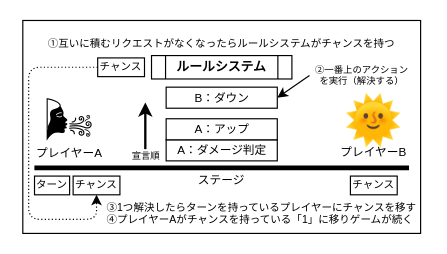
This is source/common/images/action-request3.drawio from BlackPoker/BlackPoker, a draw.io file, before an edit. Source tidied: cells renumbered, new cells numbered last; positions are measured from the earlier drawing's top-left corner, leaving out a move shared by most shapes. Both pictures are drawn from the tidied source at 117%, with x=0, y=0 at pixel (22, 20).
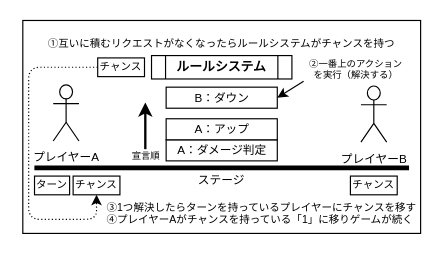
The same page after the edit.

The change refers to these unchanged cells:
```xml
<mxCell id="19" value="B：ダウン" style="rounded=0;whiteSpace=wrap;html=1;fillColor=#FFFFFF;strokeColor=#000000;fontSize=10;fontColor=#000000;" parent="1" vertex="1">
  <mxGeometry x="122.5" y="57" width="95" height="18" as="geometry" />
</mxCell>
```

Change to the diagram source:
```diff
@@
-    <mxCell id="4" value="プレイヤーA" style="rounded=0;whiteSpace=wrap;html=1;fillColor=#FFFFFF;strokeColor=none;fontSize=10;fontColor=#000000;" parent="1" vertex="1">
-      <mxGeometry x="10" y="105" width="60" height="16" as="geometry" />
-    </mxCell>
-    <mxCell id="5" value="プレイヤーB" style="rounded=0;whiteSpace=wrap;html=1;fillColor=none;strokeColor=none;fontSize=10;fontColor=#000000;" parent="1" vertex="1">
-      <mxGeometry x="270" y="104" width="60" height="16" as="geometry" />
-    </mxCell>
-    <mxCell id="6" value="&lt;font style=&quot;font-size: 40px;&quot;&gt;🌬&lt;/font&gt;" style="ellipse;whiteSpace=wrap;html=1;fillColor=none;strokeColor=none;fontFamily=Nishiki-teki;fontColor=#000000;" parent="1" vertex="1">
-      <mxGeometry x="25" y="70" width="30" height="30" as="geometry" />
-    </mxCell>
-    <mxCell id="7" value="&lt;font face=&quot;Nishiki-teki&quot; color=&quot;#000000&quot;&gt;&lt;span style=&quot;font-size: 40px;&quot;&gt;🌞&lt;/span&gt;&lt;/font&gt;" style="ellipse;whiteSpace=wrap;html=1;fillColor=none;strokeColor=none;" parent="1" vertex="1">
-      <mxGeometry x="285" y="69" width="30" height="30" as="geometry" />
-    </mxCell>
@@
     <mxCell id="18" value="&lt;font face=&quot;Helvetica&quot;&gt;②一番上のアクション&lt;br&gt;を実行（解決する）&lt;/font&gt;" style="text;html=1;strokeColor=none;fillColor=none;align=center;verticalAlign=middle;whiteSpace=wrap;rounded=0;fontFamily=Nishiki-teki;fontSize=8;fontColor=#000000;" parent="1" vertex="1">
-      <mxGeometry x="245" y="37" width="90" height="20" as="geometry" />
+      <mxGeometry x="240" y="32" width="90" height="20" as="geometry" />
     </mxCell>
@@
-    <mxCell id="20" style="endArrow=classic;html=1;strokeColor=#000000;exitX=0;exitY=0.5;exitDx=0;exitDy=0;entryX=1;entryY=0.5;entryDx=0;entryDy=0;" parent="1" edge="1" source="18" target="19">
+    <mxCell id="20" style="endArrow=classic;html=1;strokeColor=#000000;exitX=0;exitY=1;exitDx=0;exitDy=0;entryX=1;entryY=0.5;entryDx=0;entryDy=0;" parent="1" edge="1" source="18" target="19">
       <mxGeometry relative="1" as="geometry" />
     </mxCell>
@@
+    <mxCell id="4" value="&lt;font style=&quot;font-size: 10px;&quot; color=&quot;#000000&quot;&gt;プレイヤーA&lt;/font&gt;" style="shape=umlActor;verticalLabelPosition=bottom;verticalAlign=top;html=1;strokeColor=#000000;" parent="1" vertex="1">
+      <mxGeometry x="26" y="55" width="22" height="48" as="geometry" />
+    </mxCell>
+    <mxCell id="5" value="&lt;font style=&quot;font-size: 10px;&quot; color=&quot;#000000&quot;&gt;プレイヤーB&lt;/font&gt;" style="shape=umlActor;verticalLabelPosition=bottom;verticalAlign=top;html=1;strokeColor=#000000;" parent="1" vertex="1">
+      <mxGeometry x="289" y="56" width="22" height="48" as="geometry" />
+    </mxCell>
```
